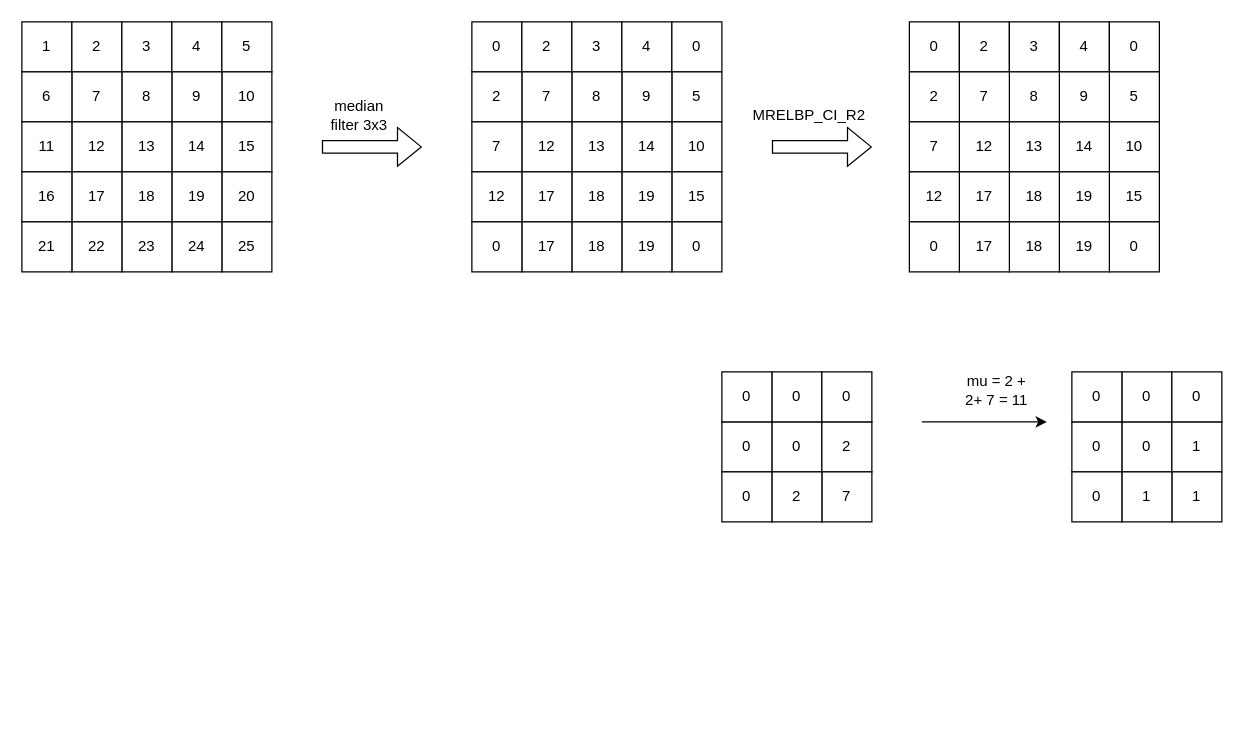
Above: Draw/MRELBP_CIModules/CI_R2_Data.drawio in Hieuueihm/Thesis (draw.io), before the change. Source tidied: cells renumbered, new cells numbered last; positions are measured from the earlier drawing's top-left corner, leaving out a move shared by most shapes. Both pictures are drawn from the tidied source at 125%, with x=0, y=0 at pixel (21, 21).
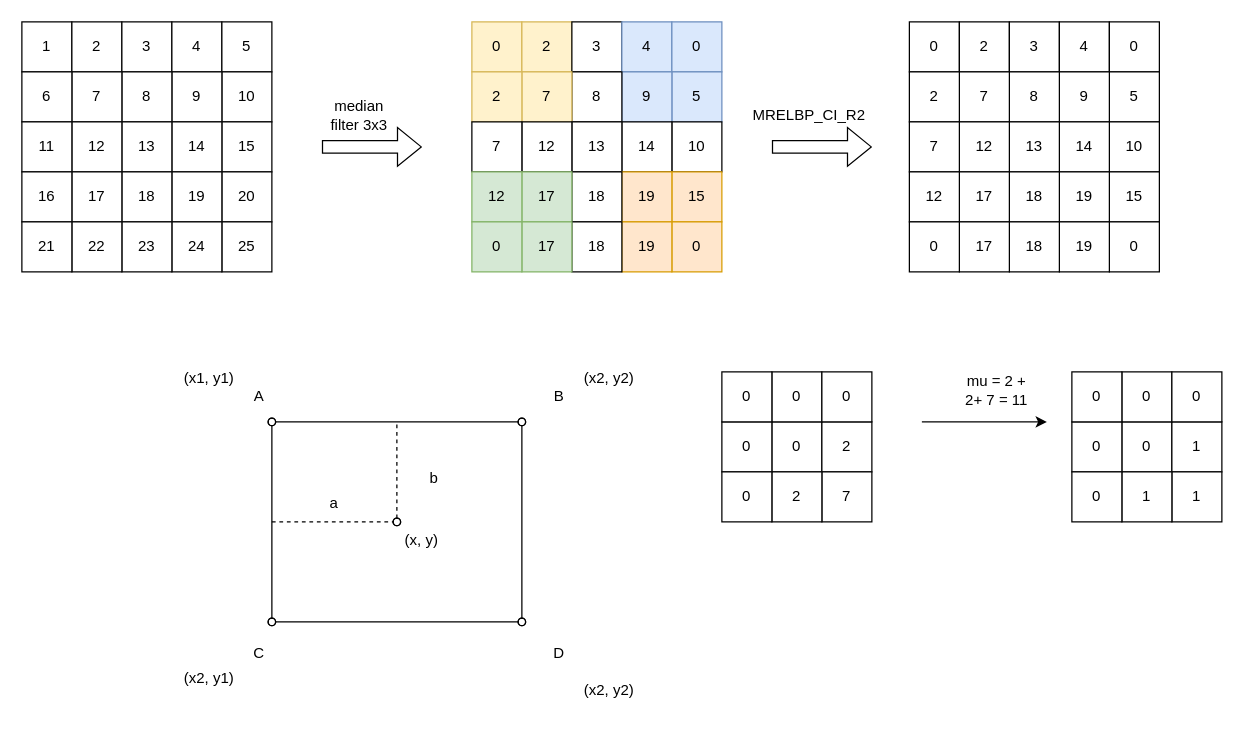
The same page after the edit.

What changed in the source:
```diff
@@
-    <mxCell id="28" value="0" style="rounded=0;whiteSpace=wrap;html=1;" parent="1" vertex="1">
+    <mxCell id="28" value="0" style="rounded=0;whiteSpace=wrap;html=1;fillColor=#fff2cc;strokeColor=#d6b656;" parent="1" vertex="1">
       <mxGeometry x="360" width="40" height="40" as="geometry" />
     </mxCell>
-    <mxCell id="29" value="2" style="rounded=0;whiteSpace=wrap;html=1;" parent="1" vertex="1">
+    <mxCell id="29" value="2" style="rounded=0;whiteSpace=wrap;html=1;fillColor=#fff2cc;strokeColor=#d6b656;" parent="1" vertex="1">
       <mxGeometry x="400" width="40" height="40" as="geometry" />
     </mxCell>
@@
-    <mxCell id="31" value="4" style="rounded=0;whiteSpace=wrap;html=1;" parent="1" vertex="1">
+    <mxCell id="31" value="4" style="rounded=0;whiteSpace=wrap;html=1;fillColor=#dae8fc;strokeColor=#6c8ebf;" parent="1" vertex="1">
       <mxGeometry x="480" width="40" height="40" as="geometry" />
     </mxCell>
-    <mxCell id="32" value="0" style="rounded=0;whiteSpace=wrap;html=1;" parent="1" vertex="1">
+    <mxCell id="32" value="0" style="rounded=0;whiteSpace=wrap;html=1;fillColor=#dae8fc;strokeColor=#6c8ebf;" parent="1" vertex="1">
       <mxGeometry x="520" width="40" height="40" as="geometry" />
     </mxCell>
-    <mxCell id="33" value="5" style="rounded=0;whiteSpace=wrap;html=1;" parent="1" vertex="1">
+    <mxCell id="33" value="5" style="rounded=0;whiteSpace=wrap;html=1;fillColor=#dae8fc;strokeColor=#6c8ebf;" parent="1" vertex="1">
       <mxGeometry x="520" y="40" width="40" height="40" as="geometry" />
     </mxCell>
-    <mxCell id="34" value="9" style="rounded=0;whiteSpace=wrap;html=1;" parent="1" vertex="1">
+    <mxCell id="34" value="9" style="rounded=0;whiteSpace=wrap;html=1;fillColor=#dae8fc;strokeColor=#6c8ebf;" parent="1" vertex="1">
       <mxGeometry x="480" y="40" width="40" height="40" as="geometry" />
     </mxCell>
@@
-    <mxCell id="36" value="7" style="rounded=0;whiteSpace=wrap;html=1;" parent="1" vertex="1">
+    <mxCell id="36" value="7" style="rounded=0;whiteSpace=wrap;html=1;fillColor=#fff2cc;strokeColor=#d6b656;" parent="1" vertex="1">
       <mxGeometry x="400" y="40" width="40" height="40" as="geometry" />
     </mxCell>
-    <mxCell id="37" value="2" style="rounded=0;whiteSpace=wrap;html=1;" parent="1" vertex="1">
+    <mxCell id="37" value="2" style="rounded=0;whiteSpace=wrap;html=1;fillColor=#fff2cc;strokeColor=#d6b656;" parent="1" vertex="1">
       <mxGeometry x="360" y="40" width="40" height="40" as="geometry" />
     </mxCell>
@@
-    <mxCell id="43" value="15" style="rounded=0;whiteSpace=wrap;html=1;" parent="1" vertex="1">
+    <mxCell id="43" value="15" style="rounded=0;whiteSpace=wrap;html=1;fillColor=#ffe6cc;strokeColor=#d79b00;" parent="1" vertex="1">
       <mxGeometry x="520" y="120" width="40" height="40" as="geometry" />
     </mxCell>
-    <mxCell id="44" value="19" style="rounded=0;whiteSpace=wrap;html=1;" parent="1" vertex="1">
+    <mxCell id="44" value="19" style="rounded=0;whiteSpace=wrap;html=1;fillColor=#ffe6cc;strokeColor=#d79b00;" parent="1" vertex="1">
       <mxGeometry x="480" y="120" width="40" height="40" as="geometry" />
     </mxCell>
@@
-    <mxCell id="46" value="17" style="rounded=0;whiteSpace=wrap;html=1;" parent="1" vertex="1">
+    <mxCell id="46" value="17" style="rounded=0;whiteSpace=wrap;html=1;fillColor=#d5e8d4;strokeColor=#82b366;" parent="1" vertex="1">
       <mxGeometry x="400" y="120" width="40" height="40" as="geometry" />
     </mxCell>
-    <mxCell id="47" value="12" style="rounded=0;whiteSpace=wrap;html=1;" parent="1" vertex="1">
+    <mxCell id="47" value="12" style="rounded=0;whiteSpace=wrap;html=1;fillColor=#d5e8d4;strokeColor=#82b366;" parent="1" vertex="1">
       <mxGeometry x="360" y="120" width="40" height="40" as="geometry" />
     </mxCell>
-    <mxCell id="48" value="0" style="rounded=0;whiteSpace=wrap;html=1;" parent="1" vertex="1">
+    <mxCell id="48" value="0" style="rounded=0;whiteSpace=wrap;html=1;fillColor=#ffe6cc;strokeColor=#d79b00;" parent="1" vertex="1">
       <mxGeometry x="520" y="160" width="40" height="40" as="geometry" />
     </mxCell>
-    <mxCell id="49" value="19" style="rounded=0;whiteSpace=wrap;html=1;" parent="1" vertex="1">
+    <mxCell id="49" value="19" style="rounded=0;whiteSpace=wrap;html=1;fillColor=#ffe6cc;strokeColor=#d79b00;" parent="1" vertex="1">
       <mxGeometry x="480" y="160" width="40" height="40" as="geometry" />
     </mxCell>
@@
-    <mxCell id="51" value="17" style="rounded=0;whiteSpace=wrap;html=1;" parent="1" vertex="1">
+    <mxCell id="51" value="17" style="rounded=0;whiteSpace=wrap;html=1;fillColor=#d5e8d4;strokeColor=#82b366;" parent="1" vertex="1">
       <mxGeometry x="400" y="160" width="40" height="40" as="geometry" />
     </mxCell>
-    <mxCell id="52" value="0" style="rounded=0;whiteSpace=wrap;html=1;" parent="1" vertex="1">
+    <mxCell id="52" value="0" style="rounded=0;whiteSpace=wrap;html=1;fillColor=#d5e8d4;strokeColor=#82b366;" parent="1" vertex="1">
       <mxGeometry x="360" y="160" width="40" height="40" as="geometry" />
     </mxCell>
@@
+    <mxCell id="101" style="group;" parent="1" vertex="1">
+      <mxGeometry x="120" y="270" width="380" height="280" as="geometry" />
+    </mxCell>
+    <mxCell id="102" value="C" style="text;html=1;align=center;verticalAlign=middle;whiteSpace=wrap;rounded=0;" parent="101" vertex="1">
+      <mxGeometry x="40" y="220" width="60" height="30" as="geometry" />
+    </mxCell>
+    <mxCell id="103" value="D" style="text;html=1;align=center;verticalAlign=middle;whiteSpace=wrap;rounded=0;" parent="101" vertex="1">
+      <mxGeometry x="280" y="220" width="60" height="30" as="geometry" />
+    </mxCell>
+    <mxCell id="104" value="B" style="text;html=1;align=center;verticalAlign=middle;whiteSpace=wrap;rounded=0;" parent="101" vertex="1">
+      <mxGeometry x="280" y="15" width="60" height="30" as="geometry" />
+    </mxCell>
+    <mxCell id="105" value="A" style="text;html=1;align=center;verticalAlign=middle;whiteSpace=wrap;rounded=0;" parent="101" vertex="1">
+      <mxGeometry x="40" y="15" width="60" height="30" as="geometry" />
+    </mxCell>
+    <mxCell id="106" style="endArrow=oval;html=1;rounded=0;startArrow=oval;startFill=0;endFill=0;" parent="101" edge="1">
+      <mxGeometry relative="1" as="geometry">
+        <mxPoint x="80" y="50" as="sourcePoint" />
+        <mxPoint x="280" y="50" as="targetPoint" />
+      </mxGeometry>
+    </mxCell>
+    <mxCell id="107" style="endArrow=oval;html=1;rounded=0;startArrow=oval;startFill=0;endFill=0;" parent="101" edge="1">
+      <mxGeometry relative="1" as="geometry">
+        <mxPoint x="280" y="210" as="sourcePoint" />
+        <mxPoint x="280" y="50" as="targetPoint" />
+      </mxGeometry>
+    </mxCell>
+    <mxCell id="108" style="endArrow=oval;html=1;rounded=0;startArrow=oval;startFill=0;endFill=0;" parent="101" edge="1">
+      <mxGeometry relative="1" as="geometry">
+        <mxPoint x="280" y="210" as="sourcePoint" />
+        <mxPoint x="80" y="210" as="targetPoint" />
+      </mxGeometry>
+    </mxCell>
+    <mxCell id="109" style="endArrow=oval;html=1;rounded=0;startArrow=oval;startFill=0;endFill=0;" parent="101" edge="1">
+      <mxGeometry relative="1" as="geometry">
+        <mxPoint x="80" y="50" as="sourcePoint" />
+        <mxPoint x="80" y="210" as="targetPoint" />
+      </mxGeometry>
+    </mxCell>
+    <mxCell id="110" style="endArrow=none;dashed=1;html=1;rounded=0;startArrow=oval;startFill=0;" parent="101" edge="1">
+      <mxGeometry relative="1" as="geometry">
+        <mxPoint x="180" y="130" as="sourcePoint" />
+        <mxPoint x="180" y="50" as="targetPoint" />
+      </mxGeometry>
+    </mxCell>
+    <mxCell id="111" style="endArrow=oval;dashed=1;html=1;rounded=0;endFill=0;" parent="101" edge="1">
+      <mxGeometry relative="1" as="geometry">
+        <mxPoint x="80" y="130" as="sourcePoint" />
+        <mxPoint x="180" y="130" as="targetPoint" />
+      </mxGeometry>
+    </mxCell>
+    <mxCell id="112" value="a" style="text;html=1;align=center;verticalAlign=middle;whiteSpace=wrap;rounded=0;" parent="101" vertex="1">
+      <mxGeometry x="100" y="100" width="60" height="30" as="geometry" />
+    </mxCell>
+    <mxCell id="113" value="b" style="text;html=1;align=center;verticalAlign=middle;whiteSpace=wrap;rounded=0;" parent="101" vertex="1">
+      <mxGeometry x="180" y="80" width="60" height="30" as="geometry" />
+    </mxCell>
+    <mxCell id="114" value="(x1, y1)" style="text;html=1;align=center;verticalAlign=middle;whiteSpace=wrap;rounded=0;" parent="101" vertex="1">
+      <mxGeometry width="60" height="30" as="geometry" />
+    </mxCell>
+    <mxCell id="115" value="(x2, y2)" style="text;html=1;align=center;verticalAlign=middle;whiteSpace=wrap;rounded=0;" parent="101" vertex="1">
+      <mxGeometry x="320" width="60" height="30" as="geometry" />
+    </mxCell>
+    <mxCell id="116" value="(x2, y1)" style="text;html=1;align=center;verticalAlign=middle;whiteSpace=wrap;rounded=0;" parent="101" vertex="1">
+      <mxGeometry y="240" width="60" height="30" as="geometry" />
+    </mxCell>
+    <mxCell id="117" value="(x2, y2)" style="text;html=1;align=center;verticalAlign=middle;whiteSpace=wrap;rounded=0;" parent="101" vertex="1">
+      <mxGeometry x="320" y="250" width="60" height="30" as="geometry" />
+    </mxCell>
+    <mxCell id="118" value="(x, y)" style="text;html=1;align=center;verticalAlign=middle;whiteSpace=wrap;rounded=0;" parent="101" vertex="1">
+      <mxGeometry x="170" y="130" width="60" height="30" as="geometry" />
+    </mxCell>
```
